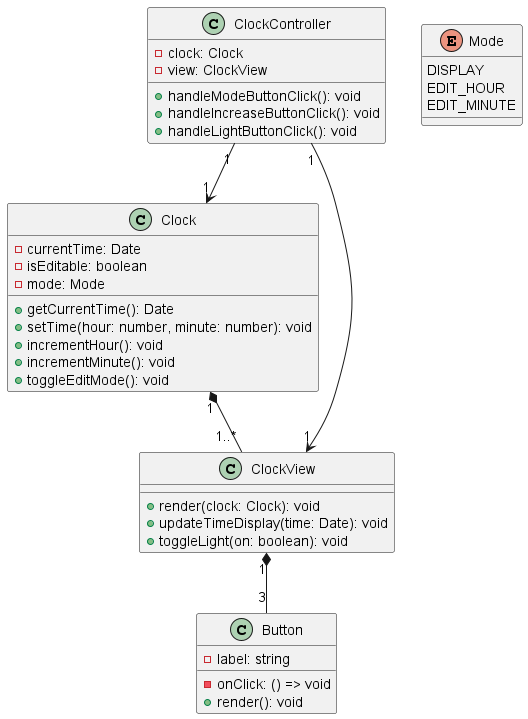
Earlier version of the PlantUML export classDiagram.png (Marion-lr/template-ts). Its diagram source:
```plantuml
@startuml

class Clock {
  - currentTime: Date
  - isEditable: boolean
  - mode: Mode
  + getCurrentTime(): Date
  + setTime(hour: number, minute: number): void
  + incrementHour(): void
  + incrementMinute(): void
  + toggleEditMode(): void
}

enum Mode {
  DISPLAY
  EDIT_HOUR
  EDIT_MINUTE
}

class ClockView {
  + render(clock: Clock): void
  + updateTimeDisplay(time: Date): void
  + toggleLight(on: boolean): void
}

class Button {
  - label: string
  - onClick: () => void
  + render(): void
}

class ClockController {
  - clock: Clock
  - view: ClockView
  + handleModeButtonClick(): void
  + handleIncreaseButtonClick(): void
  + handleLightButtonClick(): void
}

Clock "1" *-- "1..*" ClockView
ClockView "1" *-- "3" Button
ClockController "1" --> "1" Clock
ClockController "1" --> "1" ClockView
@enduml
```
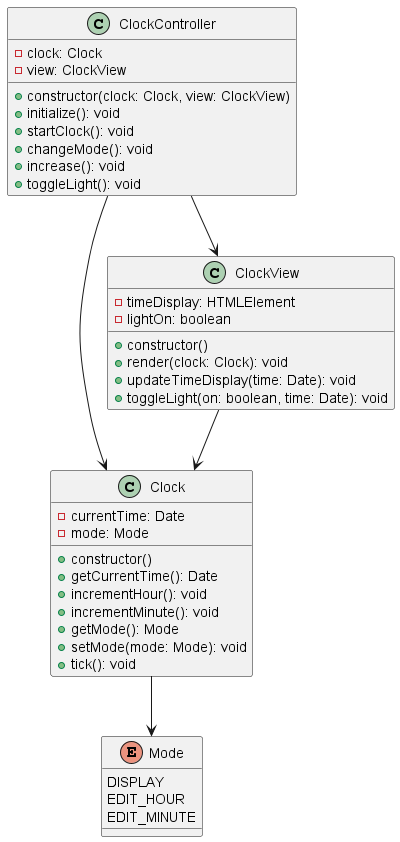
The same diagram one commit later.

What changed in the source:
```diff
@@ -2,13 +2,14 @@
 
 class Clock {
   - currentTime: Date
-  - isEditable: boolean
   - mode: Mode
+  + constructor()
   + getCurrentTime(): Date
-  + setTime(hour: number, minute: number): void
   + incrementHour(): void
   + incrementMinute(): void
-  + toggleEditMode(): void
+  + getMode(): Mode
+  + setMode(mode: Mode): void
+  + tick(): void
 }
 
 enum Mode {
@@ -18,27 +19,28 @@
 }
 
 class ClockView {
+  - timeDisplay: HTMLElement
+  - lightOn: boolean
+  + constructor()
   + render(clock: Clock): void
   + updateTimeDisplay(time: Date): void
-  + toggleLight(on: boolean): void
-}
-
-class Button {
-  - label: string
-  - onClick: () => void
-  + render(): void
+  + toggleLight(on: boolean, time: Date): void
 }
 
 class ClockController {
   - clock: Clock
   - view: ClockView
-  + handleModeButtonClick(): void
-  + handleIncreaseButtonClick(): void
-  + handleLightButtonClick(): void
+  + constructor(clock: Clock, view: ClockView)
+  + initialize(): void
+  + startClock(): void
+  + changeMode(): void
+  + increase(): void
+  + toggleLight(): void
 }
 
-Clock "1" *-- "1..*" ClockView
-ClockView "1" *-- "3" Button
-ClockController "1" --> "1" Clock
-ClockController "1" --> "1" ClockView
+ClockController --> Clock
+ClockController --> ClockView
+ClockView --> Clock
+Clock --> Mode
+
 @enduml
```
